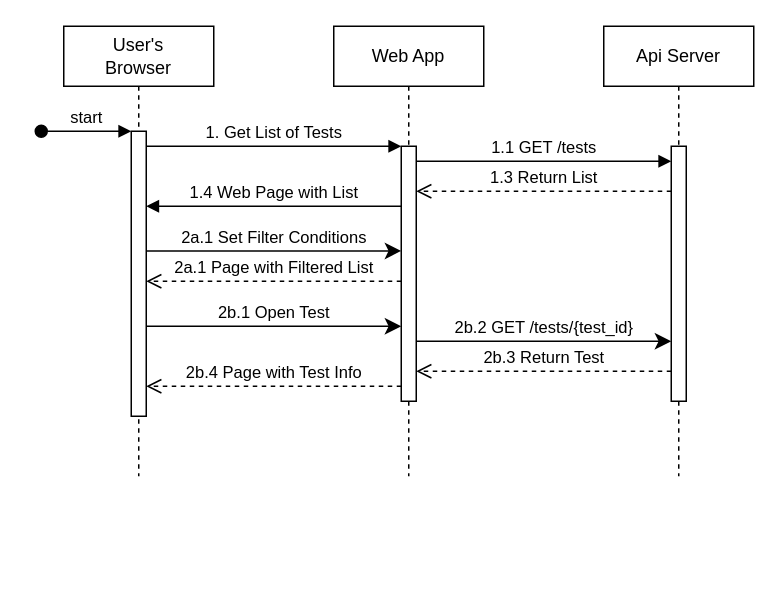
Before: Untitled Diagram.drawio in wvanchurin/wvanchurin.github.io, a draw.io diagram. Source tidied: cells renumbered, new cells numbered last; positions are measured from the earlier drawing's top-left corner, leaving out a move shared by most shapes. Both pictures are drawn from the tidied source at 150%, with x=0, y=0 at pixel (40, 26).
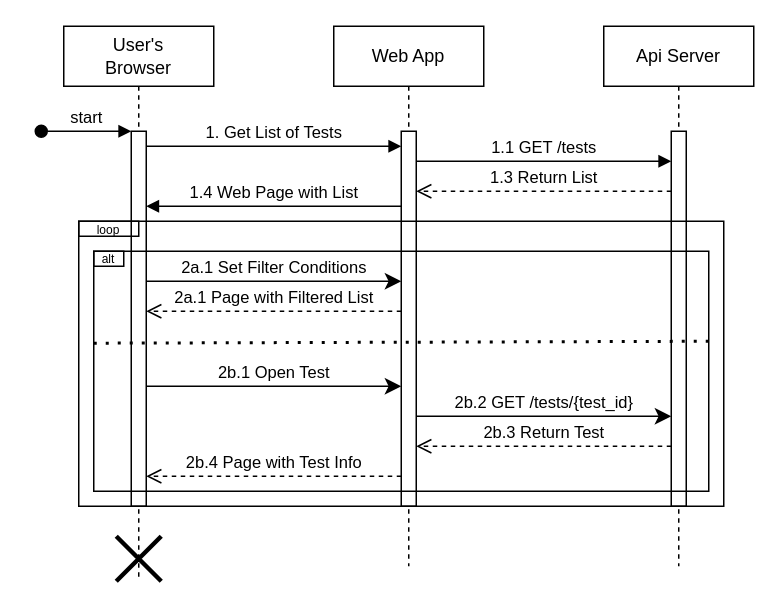
After the change.

The edit, as a diff of the source:
```diff
@@
     <mxCell id="2" value="&lt;div&gt;User's&lt;/div&gt;&lt;div&gt;Browser&lt;br&gt;&lt;/div&gt;" style="shape=umlLifeline;perimeter=lifelinePerimeter;whiteSpace=wrap;html=1;newEdgeStyle={&quot;edgeStyle&quot;:&quot;elbowEdgeStyle&quot;,&quot;elbow&quot;:&quot;vertical&quot;,&quot;curved&quot;:0,&quot;rounded&quot;:0};" parent="1" vertex="1">
-      <mxGeometry x="15" width="100" height="300" as="geometry" />
+      <mxGeometry x="15" width="100" height="370" as="geometry" />
     </mxCell>
     <mxCell id="3" style="html=1;points=[];perimeter=orthogonalPerimeter;outlineConnect=0;targetShapes=umlLifeline;portConstraint=eastwest;newEdgeStyle={&quot;edgeStyle&quot;:&quot;elbowEdgeStyle&quot;,&quot;elbow&quot;:&quot;vertical&quot;,&quot;curved&quot;:0,&quot;rounded&quot;:0};" parent="2" vertex="1">
-      <mxGeometry x="45" y="70" width="10" height="190" as="geometry" />
+      <mxGeometry x="45" y="70" width="10" height="250" as="geometry" />
     </mxCell>
@@
+    <mxCell id="19" style="shape=umlDestroy;whiteSpace=wrap;html=1;strokeWidth=3;targetShapes=umlLifeline;" parent="2" vertex="1">
+      <mxGeometry x="35" y="340" width="30" height="30" as="geometry" />
+    </mxCell>
     <mxCell id="5" value="Web App" style="shape=umlLifeline;perimeter=lifelinePerimeter;whiteSpace=wrap;html=1;newEdgeStyle={&quot;edgeStyle&quot;:&quot;elbowEdgeStyle&quot;,&quot;elbow&quot;:&quot;vertical&quot;,&quot;curved&quot;:0,&quot;rounded&quot;:0};" parent="1" vertex="1">
-      <mxGeometry x="195" width="100" height="300" as="geometry" />
+      <mxGeometry x="195" width="100" height="360" as="geometry" />
     </mxCell>
     <mxCell id="6" style="html=1;points=[];perimeter=orthogonalPerimeter;outlineConnect=0;targetShapes=umlLifeline;portConstraint=eastwest;newEdgeStyle={&quot;edgeStyle&quot;:&quot;elbowEdgeStyle&quot;,&quot;elbow&quot;:&quot;vertical&quot;,&quot;curved&quot;:0,&quot;rounded&quot;:0};" parent="5" vertex="1">
-      <mxGeometry x="45" y="80" width="10" height="170" as="geometry" />
+      <mxGeometry x="45" y="70" width="10" height="250" as="geometry" />
     </mxCell>
@@
-    <mxCell id="8" value="2b.4 Page with Test Info" style="html=1;verticalAlign=bottom;endArrow=open;dashed=1;endSize=8;edgeStyle=elbowEdgeStyle;elbow=vertical;curved=0;rounded=0;" parent="1" edge="1" source="6" target="3">
+    <mxCell id="8" value="2b.4 Page with Test Info" style="html=1;verticalAlign=bottom;endArrow=open;dashed=1;endSize=8;edgeStyle=elbowEdgeStyle;elbow=vertical;curved=0;rounded=0;" parent="1" edge="1">
       <mxGeometry relative="1" as="geometry">
+        <mxPoint x="240" y="300" as="sourcePoint" />
+        <mxPoint x="70" y="300" as="targetPoint" />
         <Array as="points">
-          <mxPoint x="165" y="240" />
+          <mxPoint x="165" y="300" />
         </Array>
       </mxGeometry>
     </mxCell>
@@
     <mxCell id="10" value="2a.1 Set Filter Conditions" style="html=1;verticalAlign=bottom;endArrow=classic;endSize=8;edgeStyle=elbowEdgeStyle;elbow=vertical;curved=0;rounded=0;endFill=1;" parent="1" edge="1">
       <mxGeometry relative="1" as="geometry">
-        <mxPoint x="70" y="149.8" as="sourcePoint" />
-        <mxPoint x="240" y="149.8" as="targetPoint" />
+        <mxPoint x="70" y="170" as="sourcePoint" />
+        <mxPoint x="240" y="170" as="targetPoint" />
         <Array as="points">
-          <mxPoint x="155" y="149.8" />
+          <mxPoint x="155" y="170" />
         </Array>
       </mxGeometry>
     </mxCell>
     <mxCell id="11" value="Api Server" style="shape=umlLifeline;perimeter=lifelinePerimeter;whiteSpace=wrap;html=1;newEdgeStyle={&quot;edgeStyle&quot;:&quot;elbowEdgeStyle&quot;,&quot;elbow&quot;:&quot;vertical&quot;,&quot;curved&quot;:0,&quot;rounded&quot;:0};" parent="1" vertex="1">
-      <mxGeometry x="375" width="100" height="300" as="geometry" />
+      <mxGeometry x="375" width="100" height="360" as="geometry" />
     </mxCell>
     <mxCell id="12" style="html=1;points=[];perimeter=orthogonalPerimeter;outlineConnect=0;targetShapes=umlLifeline;portConstraint=eastwest;newEdgeStyle={&quot;edgeStyle&quot;:&quot;elbowEdgeStyle&quot;,&quot;elbow&quot;:&quot;vertical&quot;,&quot;curved&quot;:0,&quot;rounded&quot;:0};" parent="11" vertex="1">
-      <mxGeometry x="45" y="80" width="10" height="170" as="geometry" />
+      <mxGeometry x="45" y="70" width="10" height="250" as="geometry" />
     </mxCell>
@@
     <mxCell id="15" value="2b.1 Open Test" style="html=1;verticalAlign=bottom;endArrow=classic;endSize=8;edgeStyle=elbowEdgeStyle;elbow=vertical;curved=0;rounded=0;endFill=1;" parent="1" edge="1" source="3" target="6">
       <mxGeometry relative="1" as="geometry">
         <Array as="points">
+          <mxPoint x="205" y="240" />
           <mxPoint x="215" y="200" />
           <mxPoint x="160" y="220" />
         </Array>
       </mxGeometry>
     </mxCell>
     <mxCell id="16" value="2a.1 Page with Filtered List" style="html=1;verticalAlign=bottom;endArrow=open;dashed=1;endSize=8;edgeStyle=elbowEdgeStyle;elbow=vertical;curved=0;rounded=0;" parent="1" edge="1" source="6" target="3">
       <mxGeometry relative="1" as="geometry">
         <Array as="points">
+          <mxPoint x="195" y="190" />
           <mxPoint x="175" y="170" />
           <mxPoint x="160" y="180" />
         </Array>
       </mxGeometry>
     </mxCell>
     <mxCell id="17" value="2b.2 GET /tests/{test_id}" style="html=1;verticalAlign=bottom;endArrow=classic;endSize=8;edgeStyle=elbowEdgeStyle;elbow=vertical;curved=0;rounded=0;endFill=1;" parent="1" edge="1" source="6" target="12">
       <mxGeometry relative="1" as="geometry">
         <Array as="points">
-          <mxPoint x="345" y="210" />
+          <mxPoint x="335" y="260" />
           <mxPoint x="330" y="190" />
         </Array>
       </mxGeometry>
     </mxCell>
     <mxCell id="18" value="2b.3 Return Test" style="html=1;verticalAlign=bottom;endArrow=open;dashed=1;endSize=8;edgeStyle=elbowEdgeStyle;elbow=vertical;curved=0;rounded=0;" parent="1" edge="1" source="12" target="6">
       <mxGeometry relative="1" as="geometry">
         <Array as="points">
+          <mxPoint x="335" y="280" />
           <mxPoint x="335" y="230" />
         </Array>
       </mxGeometry>
     </mxCell>
+    <mxCell id="20" style="rounded=0;whiteSpace=wrap;html=1;fillColor=none;" parent="1" vertex="1">
+      <mxGeometry x="25" y="130" width="430" height="190" as="geometry" />
+    </mxCell>
+    <mxCell id="21" style="rounded=0;whiteSpace=wrap;html=1;fillColor=none;" parent="1" vertex="1">
+      <mxGeometry x="35" y="150" width="410" height="160" as="geometry" />
+    </mxCell>
+    <mxCell id="22" value="&lt;font style=&quot;font-size: 8px;&quot;&gt;loop&lt;/font&gt;" style="text;html=1;align=center;verticalAlign=middle;whiteSpace=wrap;rounded=0;" parent="1" vertex="1">
+      <mxGeometry x="25" y="130" width="40" height="10" as="geometry" />
+    </mxCell>
+    <mxCell id="23" value="&lt;div align=&quot;center&quot; style=&quot;font-size: 8px;&quot;&gt;alt&lt;/div&gt;" style="text;html=1;align=center;verticalAlign=middle;whiteSpace=wrap;rounded=0;" parent="1" vertex="1">
+      <mxGeometry x="15" y="140" width="60" height="30" as="geometry" />
+    </mxCell>
+    <mxCell id="24" style="rounded=0;whiteSpace=wrap;html=1;fillColor=none;" parent="1" vertex="1">
+      <mxGeometry x="25" y="130" width="40" height="10" as="geometry" />
+    </mxCell>
+    <mxCell id="25" style="rounded=0;whiteSpace=wrap;html=1;fillColor=none;" parent="1" vertex="1">
+      <mxGeometry x="35" y="150" width="20" height="10" as="geometry" />
+    </mxCell>
+    <mxCell id="26" style="endArrow=none;dashed=1;html=1;dashPattern=1 3;strokeWidth=2;rounded=0;entryX=1.002;entryY=0.436;entryDx=0;entryDy=0;entryPerimeter=0;exitX=0.001;exitY=0.444;exitDx=0;exitDy=0;exitPerimeter=0;" parent="1" edge="1">
+      <mxGeometry relative="1" as="geometry">
+        <mxPoint x="35" y="211.3" as="sourcePoint" />
+        <mxPoint x="445.4" y="210" as="targetPoint" />
+      </mxGeometry>
+    </mxCell>
```
